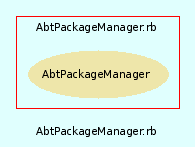
The Graphviz diagram src/trunk/doc/dot/f_4.png in eschabell/abtlinux, before a commit. Its source is kept beside it as src/trunk/doc/dot/f_4.dot.
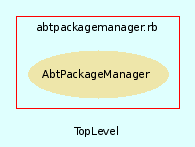
After the change.

Change to the diagram source:
```diff
@@ -3,7 +3,7 @@
     bgcolor = lightcyan1
     fontname = Arial
     fontsize = 8
-    label = "AbtPackageManager.rb"
+    label = "TopLevel"
     node [
         fontname = Arial,
         fontsize = 8,
@@ -13,7 +13,7 @@
     subgraph cluster_5 {
         fontname = Arial
         color = red
-        label = "AbtPackageManager.rb"
+        label = "abtpackagemanager.rb"
         AbtPackageManager [
             fontcolor = black,
             URL = "classes/AbtPackageManager.html",
```
